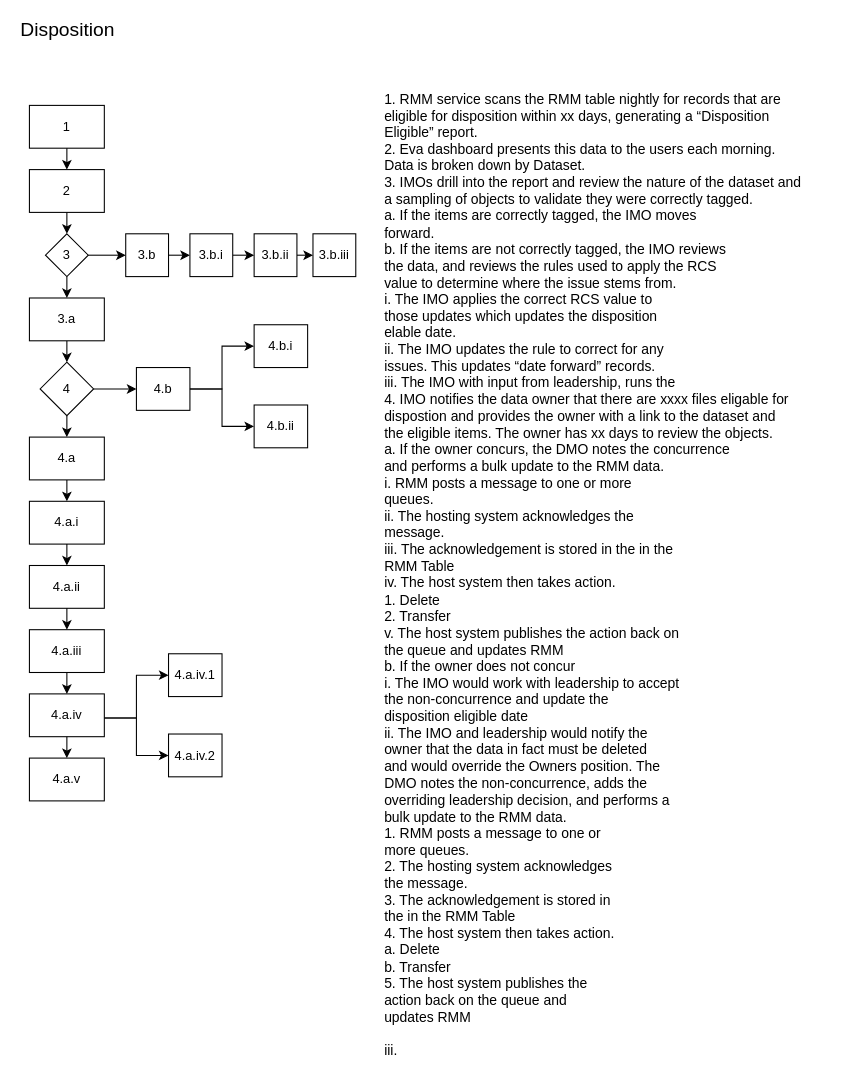
Above: page "Disposition" (3 of 5) of Drawings/Eva/Workflows.drawio in flare891/rmslow (draw.io), before the change. Source tidied: cells renumbered, new cells numbered last; positions are measured from the earlier drawing's top-left corner, leaving out a move shared by most shapes. Both pictures are drawn from the tidied source at 107%, with x=0, y=0 at pixel (18, 19).
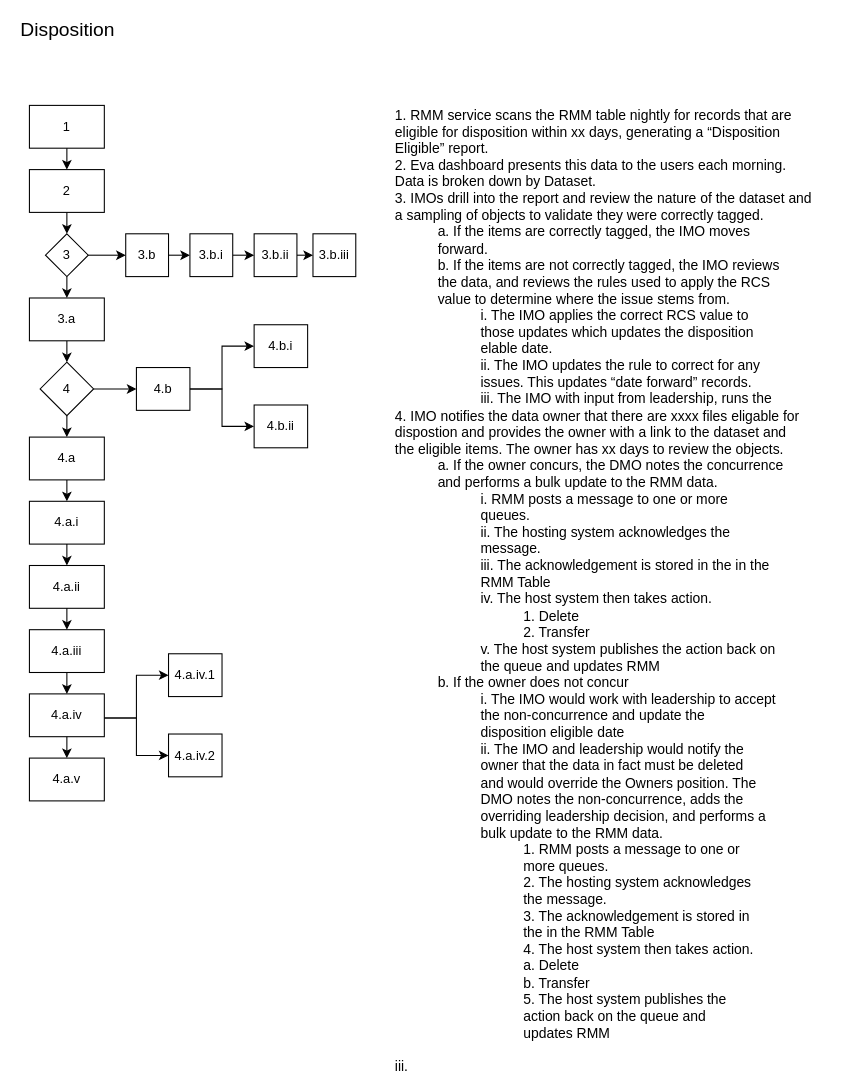
The same diagram, later.

Diff of the diagram source:
```diff
@@
-    <mxCell id="21" value="1. RMM service scans the RMM table nightly for records that are&#10;eligible for disposition within xx days, generating a “Disposition&#10;Eligible” report.&#10;2. Eva dashboard presents this data to the users each morning.&#10;Data is broken down by Dataset.&#10;3. IMOs drill into the report and review the nature of the dataset and&#10;a sampling of objects to validate they were correctly tagged.&#10;a. If the items are correctly tagged, the IMO moves&#10;forward.&#10;b. If the items are not correctly tagged, the IMO reviews&#10;the data, and reviews the rules used to apply the RCS&#10;value to determine where the issue stems from.&#10;i. The IMO applies the correct RCS value to&#10;those updates which updates the disposition&#10;elable date.&#10;ii. The IMO updates the rule to correct for any&#10;issues. This updates “date forward” records.&#10;iii. The IMO with input from leadership, runs the&#10;4. IMO notifies the data owner that there are xxxx files eligable for&#10;dispostion and provides the owner with a link to the dataset and&#10;the eligible items. The owner has xx days to review the objects.&#10;a. If the owner concurs, the DMO notes the concurrence&#10;and performs a bulk update to the RMM data.&#10;i. RMM posts a message to one or more&#10;queues.&#10;ii. The hosting system acknowledges the&#10;message.&#10;iii. The acknowledgement is stored in the in the&#10;RMM Table&#10;iv. The host system then takes action.&#10;1. Delete&#10;2. Transfer&#10;v. The host system publishes the action back on&#10;the queue and updates RMM&#10;b. If the owner does not concur&#10;i. The IMO would work with leadership to accept&#10;the non-concurrence and update the&#10;disposition eligible date&#10;ii. The IMO and leadership would notify the&#10;owner that the data in fact must be deleted&#10;and would override the Owners position. The&#10;DMO notes the non-concurrence, adds the&#10;overriding leadership decision, and performs a&#10;bulk update to the RMM data.&#10;1. RMM posts a message to one or&#10;more queues.&#10;2. The hosting system acknowledges&#10;the message.&#10;3. The acknowledgement is stored in&#10;the in the RMM Table&#10;4. The host system then takes action.&#10;a. Delete&#10;b. Transfer&#10;5. The host system publishes the&#10;action back on the queue and&#10;updates RMM&#10;&#10;iii." style="text;strokeColor=none;fillColor=none;align=left;verticalAlign=top;rounded=0;fontSize=13;whiteSpace=wrap;" parent="1" vertex="1">
-      <mxGeometry x="340" y="60" width="420" height="890" as="geometry" />
+    <mxCell id="21" value="1. RMM service scans the RMM table nightly for records that are&lt;br&gt;eligible for disposition within xx days, generating a “Disposition&lt;br&gt;Eligible” report.&lt;br&gt;2. Eva dashboard presents this data to the users each morning.&lt;br&gt;Data is broken down by Dataset.&lt;br&gt;3. IMOs drill into the report and review the nature of the dataset and&lt;br&gt;a sampling of objects to validate they were correctly tagged.&lt;br&gt;&lt;blockquote style=&quot;margin: 0 0 0 40px ; border: none ; padding: 0px&quot;&gt;a. If the items are correctly tagged, the IMO moves&lt;br&gt;forward.&lt;br&gt;b. If the items are not correctly tagged, the IMO reviews&lt;br&gt;the data, and reviews the rules used to apply the RCS&lt;br&gt;value to determine where the issue stems from.&lt;/blockquote&gt;&lt;blockquote style=&quot;margin: 0 0 0 40px ; border: none ; padding: 0px&quot;&gt;&lt;blockquote style=&quot;margin: 0 0 0 40px ; border: none ; padding: 0px&quot;&gt;i. The IMO applies the correct RCS value to&lt;/blockquote&gt;&lt;blockquote style=&quot;margin: 0 0 0 40px ; border: none ; padding: 0px&quot;&gt;those updates which updates the disposition&lt;/blockquote&gt;&lt;blockquote style=&quot;margin: 0 0 0 40px ; border: none ; padding: 0px&quot;&gt;elable date.&lt;/blockquote&gt;&lt;blockquote style=&quot;margin: 0 0 0 40px ; border: none ; padding: 0px&quot;&gt;ii. The IMO updates the rule to correct for any&lt;/blockquote&gt;&lt;blockquote style=&quot;margin: 0 0 0 40px ; border: none ; padding: 0px&quot;&gt;issues. This updates “date forward” records.&lt;/blockquote&gt;&lt;blockquote style=&quot;margin: 0 0 0 40px ; border: none ; padding: 0px&quot;&gt;iii. The IMO with input from leadership, runs the&lt;/blockquote&gt;&lt;/blockquote&gt;4. IMO notifies the data owner that there are xxxx files eligable for&lt;br&gt;dispostion and provides the owner with a link to the dataset and&lt;br&gt;the eligible items. The owner has xx days to review the objects.&lt;br&gt;&lt;blockquote style=&quot;margin: 0 0 0 40px ; border: none ; padding: 0px&quot;&gt;a. If the owner concurs, the DMO notes the concurrence&lt;br&gt;and performs a bulk update to the RMM data.&lt;/blockquote&gt;&lt;blockquote style=&quot;margin: 0 0 0 40px ; border: none ; padding: 0px&quot;&gt;&lt;blockquote style=&quot;margin: 0 0 0 40px ; border: none ; padding: 0px&quot;&gt;i. RMM posts a message to one or more&lt;/blockquote&gt;&lt;blockquote style=&quot;margin: 0 0 0 40px ; border: none ; padding: 0px&quot;&gt;queues.&lt;/blockquote&gt;&lt;blockquote style=&quot;margin: 0 0 0 40px ; border: none ; padding: 0px&quot;&gt;ii. The hosting system acknowledges the&lt;/blockquote&gt;&lt;blockquote style=&quot;margin: 0 0 0 40px ; border: none ; padding: 0px&quot;&gt;message.&lt;/blockquote&gt;&lt;blockquote style=&quot;margin: 0 0 0 40px ; border: none ; padding: 0px&quot;&gt;iii. The acknowledgement is stored in the in the&lt;/blockquote&gt;&lt;blockquote style=&quot;margin: 0 0 0 40px ; border: none ; padding: 0px&quot;&gt;RMM Table&lt;/blockquote&gt;&lt;blockquote style=&quot;margin: 0 0 0 40px ; border: none ; padding: 0px&quot;&gt;iv. The host system then takes action.&lt;/blockquote&gt;&lt;/blockquote&gt;&lt;blockquote style=&quot;margin: 0 0 0 40px ; border: none ; padding: 0px&quot;&gt;&lt;blockquote style=&quot;margin: 0 0 0 40px ; border: none ; padding: 0px&quot;&gt;&lt;blockquote style=&quot;margin: 0 0 0 40px ; border: none ; padding: 0px&quot;&gt;1. Delete&lt;/blockquote&gt;&lt;/blockquote&gt;&lt;blockquote style=&quot;margin: 0 0 0 40px ; border: none ; padding: 0px&quot;&gt;&lt;blockquote style=&quot;margin: 0 0 0 40px ; border: none ; padding: 0px&quot;&gt;2. Transfer&lt;/blockquote&gt;&lt;/blockquote&gt;&lt;/blockquote&gt;&lt;blockquote style=&quot;margin: 0 0 0 40px ; border: none ; padding: 0px&quot;&gt;&lt;blockquote style=&quot;margin: 0 0 0 40px ; border: none ; padding: 0px&quot;&gt;v. The host system publishes the action back on&lt;/blockquote&gt;&lt;blockquote style=&quot;margin: 0 0 0 40px ; border: none ; padding: 0px&quot;&gt;the queue and updates RMM&lt;/blockquote&gt;b. If the owner does not concur&lt;/blockquote&gt;&lt;blockquote style=&quot;margin: 0 0 0 40px ; border: none ; padding: 0px&quot;&gt;&lt;blockquote style=&quot;margin: 0 0 0 40px ; border: none ; padding: 0px&quot;&gt;i. The IMO would work with leadership to accept&lt;/blockquote&gt;&lt;blockquote style=&quot;margin: 0 0 0 40px ; border: none ; padding: 0px&quot;&gt;the non-concurrence and update the&lt;/blockquote&gt;&lt;blockquote style=&quot;margin: 0 0 0 40px ; border: none ; padding: 0px&quot;&gt;disposition eligible date&lt;/blockquote&gt;&lt;blockquote style=&quot;margin: 0 0 0 40px ; border: none ; padding: 0px&quot;&gt;ii. The IMO and leadership would notify the&lt;/blockquote&gt;&lt;blockquote style=&quot;margin: 0 0 0 40px ; border: none ; padding: 0px&quot;&gt;owner that the data in fact must be deleted&lt;/blockquote&gt;&lt;blockquote style=&quot;margin: 0 0 0 40px ; border: none ; padding: 0px&quot;&gt;and would override the Owners position. The&lt;/blockquote&gt;&lt;blockquote style=&quot;margin: 0 0 0 40px ; border: none ; padding: 0px&quot;&gt;DMO notes the non-concurrence, adds the&lt;/blockquote&gt;&lt;blockquote style=&quot;margin: 0 0 0 40px ; border: none ; padding: 0px&quot;&gt;overriding leadership decision, and performs a&lt;/blockquote&gt;&lt;blockquote style=&quot;margin: 0 0 0 40px ; border: none ; padding: 0px&quot;&gt;bulk update to the RMM data.&lt;/blockquote&gt;&lt;/blockquote&gt;&lt;blockquote style=&quot;margin: 0 0 0 40px ; border: none ; padding: 0px&quot;&gt;&lt;blockquote style=&quot;margin: 0 0 0 40px ; border: none ; padding: 0px&quot;&gt;&lt;blockquote style=&quot;margin: 0 0 0 40px ; border: none ; padding: 0px&quot;&gt;1. RMM posts a message to one or&lt;/blockquote&gt;&lt;/blockquote&gt;&lt;blockquote style=&quot;margin: 0 0 0 40px ; border: none ; padding: 0px&quot;&gt;&lt;blockquote style=&quot;margin: 0 0 0 40px ; border: none ; padding: 0px&quot;&gt;more queues.&lt;/blockquote&gt;&lt;/blockquote&gt;&lt;blockquote style=&quot;margin: 0 0 0 40px ; border: none ; padding: 0px&quot;&gt;&lt;blockquote style=&quot;margin: 0 0 0 40px ; border: none ; padding: 0px&quot;&gt;2. The hosting system acknowledges&lt;/blockquote&gt;&lt;/blockquote&gt;&lt;blockquote style=&quot;margin: 0 0 0 40px ; border: none ; padding: 0px&quot;&gt;&lt;blockquote style=&quot;margin: 0 0 0 40px ; border: none ; padding: 0px&quot;&gt;the message.&lt;/blockquote&gt;&lt;/blockquote&gt;&lt;blockquote style=&quot;margin: 0 0 0 40px ; border: none ; padding: 0px&quot;&gt;&lt;blockquote style=&quot;margin: 0 0 0 40px ; border: none ; padding: 0px&quot;&gt;3. The acknowledgement is stored in&lt;/blockquote&gt;&lt;/blockquote&gt;&lt;blockquote style=&quot;margin: 0 0 0 40px ; border: none ; padding: 0px&quot;&gt;&lt;blockquote style=&quot;margin: 0 0 0 40px ; border: none ; padding: 0px&quot;&gt;the in the RMM Table&lt;/blockquote&gt;&lt;/blockquote&gt;&lt;blockquote style=&quot;margin: 0 0 0 40px ; border: none ; padding: 0px&quot;&gt;&lt;blockquote style=&quot;margin: 0 0 0 40px ; border: none ; padding: 0px&quot;&gt;4. The host system then takes action.&lt;/blockquote&gt;&lt;/blockquote&gt;&lt;blockquote style=&quot;margin: 0 0 0 40px ; border: none ; padding: 0px&quot;&gt;&lt;blockquote style=&quot;margin: 0 0 0 40px ; border: none ; padding: 0px&quot;&gt;a. Delete&lt;/blockquote&gt;&lt;/blockquote&gt;&lt;blockquote style=&quot;margin: 0 0 0 40px ; border: none ; padding: 0px&quot;&gt;&lt;blockquote style=&quot;margin: 0 0 0 40px ; border: none ; padding: 0px&quot;&gt;b. Transfer&lt;/blockquote&gt;&lt;/blockquote&gt;&lt;blockquote style=&quot;margin: 0 0 0 40px ; border: none ; padding: 0px&quot;&gt;&lt;blockquote style=&quot;margin: 0 0 0 40px ; border: none ; padding: 0px&quot;&gt;5. The host system publishes the&lt;/blockquote&gt;&lt;/blockquote&gt;&lt;blockquote style=&quot;margin: 0 0 0 40px ; border: none ; padding: 0px&quot;&gt;&lt;blockquote style=&quot;margin: 0 0 0 40px ; border: none ; padding: 0px&quot;&gt;action back on the queue and&lt;/blockquote&gt;&lt;/blockquote&gt;&lt;blockquote style=&quot;margin: 0 0 0 40px ; border: none ; padding: 0px&quot;&gt;&lt;blockquote style=&quot;margin: 0 0 0 40px ; border: none ; padding: 0px&quot;&gt;updates RMM&lt;/blockquote&gt;&lt;/blockquote&gt;&lt;/blockquote&gt;&lt;br&gt;iii." style="text;strokeColor=none;fillColor=none;align=left;verticalAlign=top;rounded=0;fontSize=13;whiteSpace=wrap;html=1;" parent="1" vertex="1">
+      <mxGeometry x="350" y="75" width="420" height="890" as="geometry" />
     </mxCell>
```
